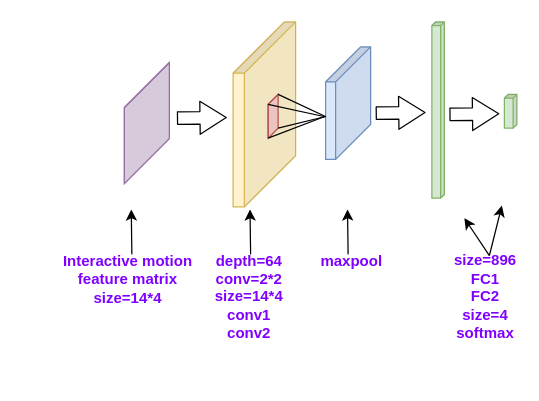
Earlier version of the draw.io diagram Interactive.drawio (ByronGe/ff). Source tidied: cells renumbered, new cells numbered last; positions are measured from the earlier drawing's top-left corner, leaving out a move shared by most shapes. Both pictures are drawn from the tidied source at 125%, with x=0, y=0 at pixel (21, 21).
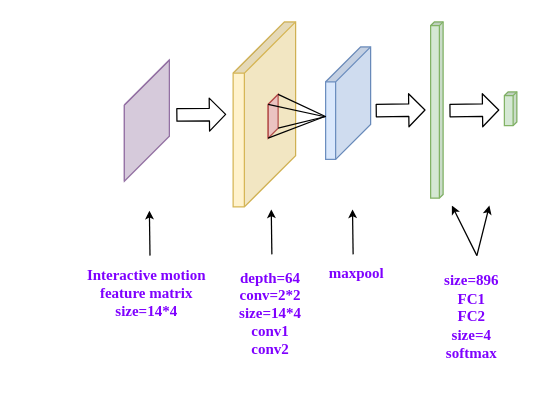
After the change.

Change to the diagram source:
```diff
@@
     <mxCell id="4" style="shape=cube;whiteSpace=wrap;html=1;boundedLbl=1;backgroundOutline=1;darkOpacity=0.05;darkOpacity2=0.1;fillColor=#d5e8d4;strokeColor=#82b366;size=3;direction=south;" parent="1" vertex="1">
-      <mxGeometry x="328" width="10" height="141" as="geometry" />
+      <mxGeometry x="327" width="10" height="141" as="geometry" />
     </mxCell>
     <mxCell id="5" style="shape=cube;whiteSpace=wrap;html=1;boundedLbl=1;backgroundOutline=1;darkOpacity=0.05;darkOpacity2=0.1;fillColor=#d5e8d4;strokeColor=#82b366;size=3;direction=south;" parent="1" vertex="1">
-      <mxGeometry x="386" y="58" width="10" height="27" as="geometry" />
+      <mxGeometry x="386" y="56" width="10" height="27" as="geometry" />
     </mxCell>
@@
-    <mxCell id="11" value="&lt;font color=&quot;#7f00ff&quot;&gt;&lt;b&gt;depth=64&lt;br&gt;conv=2*2&lt;br&gt;size=14*4&lt;br&gt;conv1&lt;br&gt;conv2&lt;/b&gt;&lt;/font&gt;&lt;br&gt;" style="text;html=1;strokeColor=none;fillColor=none;align=center;verticalAlign=middle;whiteSpace=wrap;rounded=0;" parent="1" vertex="1">
-      <mxGeometry x="162" y="195" width="40" height="50" as="geometry" />
+    <mxCell id="11" value="&lt;font color=&quot;#7f00ff&quot;&gt;&lt;b&gt;depth=64&lt;br&gt;conv=2*2&lt;br&gt;size=14*4&lt;br&gt;conv1&lt;br&gt;conv2&lt;/b&gt;&lt;/font&gt;&lt;br&gt;" style="text;html=1;strokeColor=none;fillColor=none;align=center;verticalAlign=middle;whiteSpace=wrap;rounded=0;fontFamily=Times New Roman;" parent="1" vertex="1">
+      <mxGeometry x="164" y="199" width="70" height="68" as="geometry" />
     </mxCell>
-    <mxCell id="12" value="&lt;font color=&quot;#7f00ff&quot;&gt;&lt;b&gt;&lt;br&gt;maxpool&lt;br&gt;&lt;/b&gt;&lt;/font&gt;&lt;br&gt;" style="text;html=1;strokeColor=none;fillColor=none;align=center;verticalAlign=middle;whiteSpace=wrap;rounded=0;" parent="1" vertex="1">
-      <mxGeometry x="244" y="178.5" width="40" height="27" as="geometry" />
+    <mxCell id="12" value="&lt;font color=&quot;#7f00ff&quot;&gt;&lt;b&gt;&lt;br&gt;maxpool&lt;br&gt;&lt;/b&gt;&lt;/font&gt;&lt;br&gt;" style="text;html=1;strokeColor=none;fillColor=none;align=center;verticalAlign=middle;whiteSpace=wrap;rounded=0;fontFamily=Times New Roman;" parent="1" vertex="1">
+      <mxGeometry x="248" y="194" width="40" height="14" as="geometry" />
     </mxCell>
-    <mxCell id="13" value="&lt;font color=&quot;#7f00ff&quot;&gt;&lt;b&gt;size=896&lt;br&gt;FC1&lt;br&gt;FC2&lt;br&gt;size=4&lt;br&gt;softmax&lt;br&gt;&lt;/b&gt;&lt;/font&gt;&lt;br&gt;" style="text;html=1;strokeColor=none;fillColor=none;align=center;verticalAlign=middle;whiteSpace=wrap;rounded=0;direction=south;" parent="1" vertex="1">
-      <mxGeometry x="360" y="206" width="22" height="42" as="geometry" />
+    <mxCell id="13" value="&lt;font color=&quot;#7f00ff&quot;&gt;&lt;b&gt;size=896&lt;br&gt;FC1&lt;br&gt;FC2&lt;br&gt;size=4&lt;br&gt;softmax&lt;br&gt;&lt;/b&gt;&lt;/font&gt;&lt;br&gt;" style="text;html=1;strokeColor=none;fillColor=none;align=center;verticalAlign=middle;whiteSpace=wrap;rounded=0;direction=south;fontFamily=Times New Roman;" parent="1" vertex="1">
+      <mxGeometry x="349" y="222" width="22" height="42" as="geometry" />
     </mxCell>
     <mxCell id="14" style="shape=cube;whiteSpace=wrap;html=1;boundedLbl=1;backgroundOutline=1;darkOpacity=0.05;darkOpacity2=0.1;fillColor=#e1d5e7;strokeColor=#9673a6;size=41;direction=south;" parent="1" vertex="1">
-      <mxGeometry x="82" y="32.5" width="36" height="97" as="geometry" />
+      <mxGeometry x="82" y="30.5" width="36" height="97" as="geometry" />
     </mxCell>
-    <mxCell id="15" style="shape=flexArrow;endArrow=classic;html=1;endWidth=15.428571428571429;endSize=6.668571428571428;startWidth=15.428571428571429;startSize=6.668571428571428;width=10;entryX=0;entryY=0;entryDx=64.5;entryDy=10;entryPerimeter=0;" parent="1" edge="1">
-      <mxGeometry relative="1" as="geometry">
-        <mxPoint x="124" y="77" as="sourcePoint" />
-        <mxPoint x="164" y="76.5" as="targetPoint" />
-      </mxGeometry>
-    </mxCell>
-    <mxCell id="16" value="&lt;font style=&quot;font-size: 12px&quot; color=&quot;#7f00ff&quot;&gt;&lt;b&gt;Interactive motion&lt;br&gt;feature matrix&lt;br&gt;size=14*4&lt;/b&gt;&lt;/font&gt;&lt;br&gt;" style="text;html=1;strokeColor=none;fillColor=none;align=center;verticalAlign=middle;whiteSpace=wrap;rounded=0;" parent="1" vertex="1">
-      <mxGeometry y="176" width="170" height="60" as="geometry" />
+    <mxCell id="16" value="&lt;font style=&quot;font-size: 12px&quot; color=&quot;#7f00ff&quot;&gt;&lt;b&gt;Interactive motion&lt;br&gt;feature matrix&lt;br&gt;size=14*4&lt;/b&gt;&lt;/font&gt;&lt;br&gt;" style="text;html=1;strokeColor=none;fillColor=none;align=center;verticalAlign=middle;whiteSpace=wrap;rounded=0;fontFamily=Times New Roman;" parent="1" vertex="1">
+      <mxGeometry x="15" y="195" width="170" height="44" as="geometry" />
     </mxCell>
-    <mxCell id="17" style="shape=flexArrow;endArrow=classic;html=1;endWidth=15.428571428571429;endSize=6.668571428571428;startWidth=15.428571428571429;startSize=6.668571428571428;width=10;entryX=0;entryY=0;entryDx=64.5;entryDy=10;entryPerimeter=0;" parent="1" edge="1">
-      <mxGeometry relative="1" as="geometry">
-        <mxPoint x="283" y="73" as="sourcePoint" />
-        <mxPoint x="323" y="72.5" as="targetPoint" />
-      </mxGeometry>
-    </mxCell>
-    <mxCell id="18" style="shape=flexArrow;endArrow=classic;html=1;endWidth=15.428571428571429;endSize=6.668571428571428;startWidth=15.428571428571429;startSize=6.668571428571428;width=10;entryX=0;entryY=0;entryDx=64.5;entryDy=10;entryPerimeter=0;" parent="1" edge="1">
+    <mxCell id="18" style="shape=flexArrow;endArrow=classic;html=1;endWidth=15.428571428571429;endSize=4;startWidth=15.428571428571429;startSize=6.668571428571428;width=10;entryX=0;entryY=0;entryDx=64.5;entryDy=10;entryPerimeter=0;" parent="1" edge="1">
       <mxGeometry relative="1" as="geometry">
-        <mxPoint x="342" y="74" as="sourcePoint" />
-        <mxPoint x="382" y="73.5" as="targetPoint" />
+        <mxPoint x="342" y="71" as="sourcePoint" />
+        <mxPoint x="382" y="70.5" as="targetPoint" />
       </mxGeometry>
     </mxCell>
-    <mxCell id="19" style="endArrow=classic;html=1;" parent="1" edge="1">
+    <mxCell id="19" style="endArrow=classic;html=1;endSize=4;" parent="1" edge="1">
       <mxGeometry relative="1" as="geometry">
-        <mxPoint x="183" y="186" as="sourcePoint" />
-        <mxPoint x="182.5" y="150" as="targetPoint" />
+        <mxPoint x="200" y="186" as="sourcePoint" />
+        <mxPoint x="199.5" y="150" as="targetPoint" />
       </mxGeometry>
     </mxCell>
-    <mxCell id="20" style="endArrow=classic;html=1;" parent="1" edge="1">
+    <mxCell id="20" style="endArrow=classic;html=1;endSize=4;" parent="1" edge="1">
       <mxGeometry relative="1" as="geometry">
-        <mxPoint x="261" y="186" as="sourcePoint" />
-        <mxPoint x="260.5" y="150" as="targetPoint" />
+        <mxPoint x="265" y="186" as="sourcePoint" />
+        <mxPoint x="264.5" y="150" as="targetPoint" />
       </mxGeometry>
     </mxCell>
-    <mxCell id="21" style="endArrow=classic;html=1;" parent="1" edge="1">
+    <mxCell id="21" style="endArrow=classic;html=1;endSize=4;" parent="1" edge="1">
       <mxGeometry relative="1" as="geometry">
-        <mxPoint x="88" y="186" as="sourcePoint" />
-        <mxPoint x="87.5" y="150" as="targetPoint" />
+        <mxPoint x="102.5" y="187" as="sourcePoint" />
+        <mxPoint x="102" y="151" as="targetPoint" />
       </mxGeometry>
     </mxCell>
-    <mxCell id="22" style="endArrow=classic;html=1;" parent="1" edge="1">
+    <mxCell id="22" style="endArrow=classic;html=1;endSize=4;" parent="1" edge="1">
       <mxGeometry relative="1" as="geometry">
-        <mxPoint x="374" y="187" as="sourcePoint" />
-        <mxPoint x="384" y="147" as="targetPoint" />
+        <mxPoint x="364" y="187" as="sourcePoint" />
+        <mxPoint x="374" y="147" as="targetPoint" />
       </mxGeometry>
     </mxCell>
-    <mxCell id="23" style="endArrow=classic;html=1;" parent="1" edge="1">
+    <mxCell id="23" style="endArrow=classic;html=1;endSize=4;" parent="1" edge="1">
       <mxGeometry relative="1" as="geometry">
-        <mxPoint x="374" y="187" as="sourcePoint" />
-        <mxPoint x="354" y="157" as="targetPoint" />
+        <mxPoint x="364" y="187" as="sourcePoint" />
+        <mxPoint x="344" y="147" as="targetPoint" />
       </mxGeometry>
     </mxCell>
+    <mxCell id="24" style="shape=flexArrow;endArrow=classic;html=1;endWidth=15.428571428571429;endSize=4;startWidth=15.428571428571429;startSize=6.668571428571428;width=10;entryX=0;entryY=0;entryDx=64.5;entryDy=10;entryPerimeter=0;" parent="1" edge="1">
+      <mxGeometry relative="1" as="geometry">
+        <mxPoint x="283" y="71" as="sourcePoint" />
+        <mxPoint x="323" y="70.5" as="targetPoint" />
+      </mxGeometry>
+    </mxCell>
+    <mxCell id="25" style="shape=flexArrow;endArrow=classic;html=1;endWidth=15.428571428571429;endSize=4;startWidth=15.428571428571429;startSize=6.668571428571428;width=10;entryX=0;entryY=0;entryDx=64.5;entryDy=10;entryPerimeter=0;" parent="1" edge="1">
+      <mxGeometry relative="1" as="geometry">
+        <mxPoint x="123.5" y="74.5" as="sourcePoint" />
+        <mxPoint x="163.5" y="74" as="targetPoint" />
+      </mxGeometry>
+    </mxCell>
```
